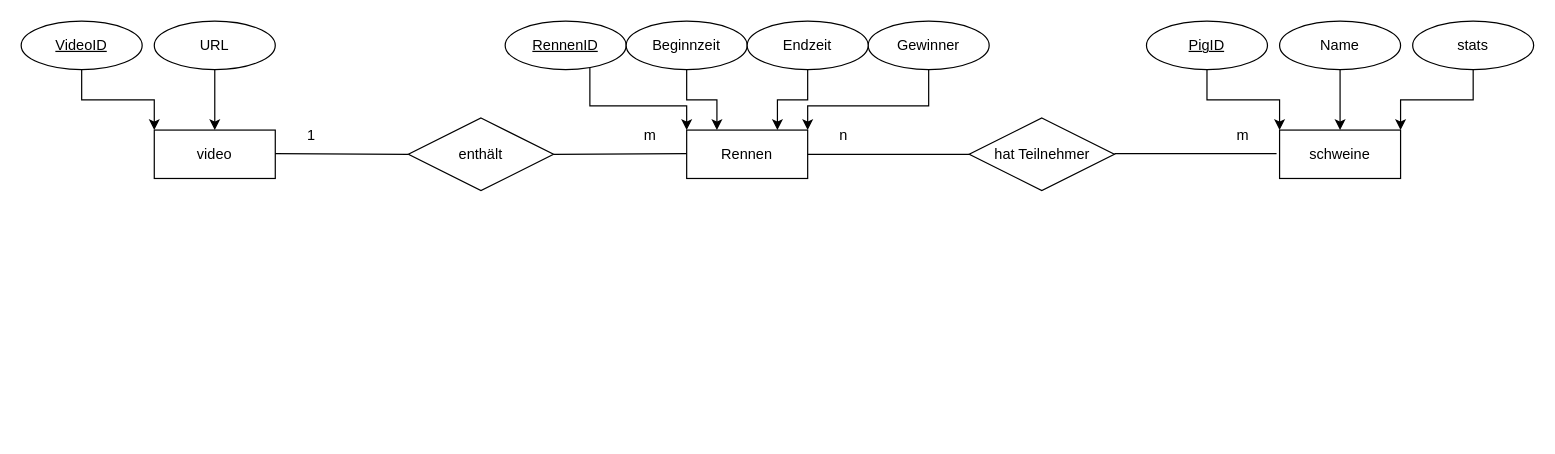
Earlier version of the draw.io diagram docs/ERD.drawio (lulascode/LF08). Source tidied: cells renumbered, new cells numbered last; positions are measured from the earlier drawing's top-left corner, leaving out a move shared by most shapes. Both pictures are drawn from the tidied source at 121%, with x=0, y=0 at pixel (21, 21).
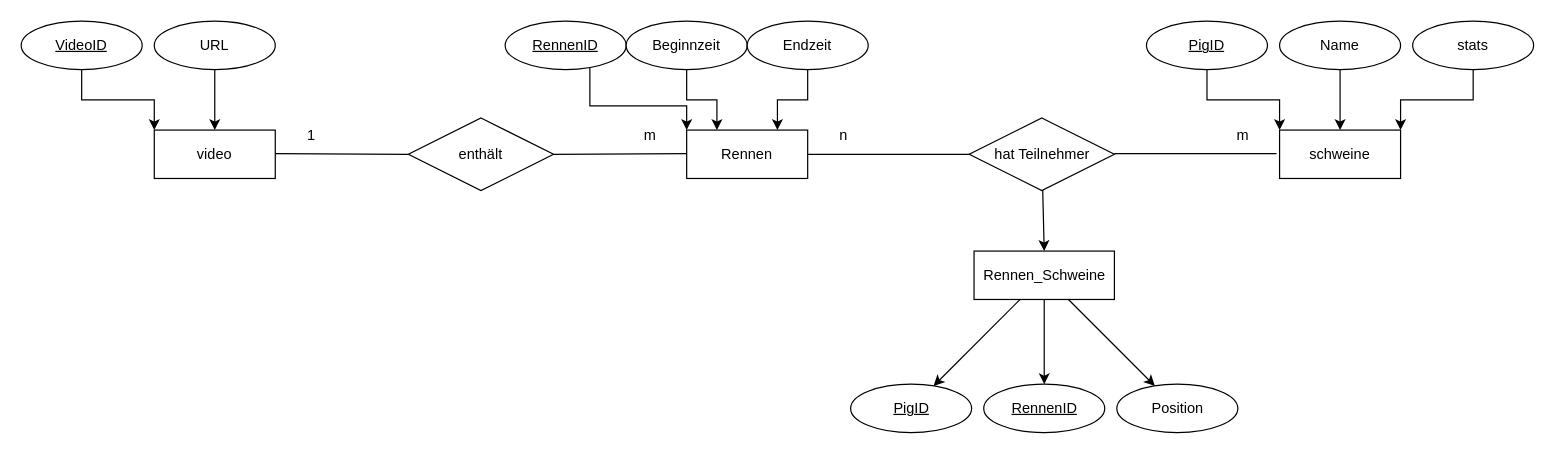
The same diagram, later.

Commit message:
ERD angepasst

The change refers to these unchanged cells:
```xml
<mxCell id="3" value="Rennen" style="whiteSpace=wrap;html=1;align=center;" parent="1" vertex="1">
  <mxGeometry x="550" y="90" width="100" height="40" as="geometry" />
</mxCell>
<mxCell id="21" value="hat Teilnehmer" style="shape=rhombus;perimeter=rhombusPerimeter;whiteSpace=wrap;html=1;align=center;" parent="1" vertex="1">
  <mxGeometry x="783.5" y="80" width="120" height="60" as="geometry" />
</mxCell>
```

What changed in the source:
```diff
@@
-    <mxCell id="19" style="edgeStyle=orthogonalEdgeStyle;rounded=0;jettySize=auto;html=1;exitX=0.5;exitY=1;exitDx=0;exitDy=0;entryX=1;entryY=0;entryDx=0;entryDy=0;" parent="1" edge="1" source="20" target="3">
-      <mxGeometry relative="1" as="geometry">
-        <Array as="points">
-          <mxPoint x="750" y="70" />
-          <mxPoint x="650" y="70" />
-        </Array>
-      </mxGeometry>
-    </mxCell>
-    <mxCell id="20" value="Gewinner" style="ellipse;whiteSpace=wrap;html=1;align=center;" parent="1" vertex="1">
-      <mxGeometry x="700" width="100" height="40" as="geometry" />
-    </mxCell>
+    <mxCell id="33" style="edgeStyle=none;html=1;entryX=0.5;entryY=0;entryDx=0;entryDy=0;" parent="1" edge="1" source="21" target="37">
+      <mxGeometry relative="1" as="geometry" />
+    </mxCell>
@@
+    <mxCell id="34" style="edgeStyle=none;html=1;" parent="1" edge="1" source="37" target="39">
+      <mxGeometry relative="1" as="geometry" />
+    </mxCell>
+    <mxCell id="35" style="edgeStyle=none;html=1;" parent="1" edge="1" source="37" target="40">
+      <mxGeometry relative="1" as="geometry" />
+    </mxCell>
+    <mxCell id="36" style="edgeStyle=none;html=1;" parent="1" edge="1" source="37" target="38">
+      <mxGeometry relative="1" as="geometry" />
+    </mxCell>
+    <mxCell id="37" value="Rennen_Schweine" style="whiteSpace=wrap;html=1;align=center;" parent="1" vertex="1">
+      <mxGeometry x="787.5" y="190" width="116" height="40" as="geometry" />
+    </mxCell>
+    <mxCell id="38" value="&lt;u&gt;PigID&lt;/u&gt;" style="ellipse;whiteSpace=wrap;html=1;align=center;" parent="1" vertex="1">
+      <mxGeometry x="685.5" y="300" width="100" height="40" as="geometry" />
+    </mxCell>
+    <mxCell id="39" value="&lt;u&gt;RennenID&lt;/u&gt;" style="ellipse;whiteSpace=wrap;html=1;align=center;" parent="1" vertex="1">
+      <mxGeometry x="795.5" y="300" width="100" height="40" as="geometry" />
+    </mxCell>
+    <mxCell id="40" value="Position" style="ellipse;whiteSpace=wrap;html=1;align=center;" parent="1" vertex="1">
+      <mxGeometry x="905.5" y="300" width="100" height="40" as="geometry" />
+    </mxCell>
```
